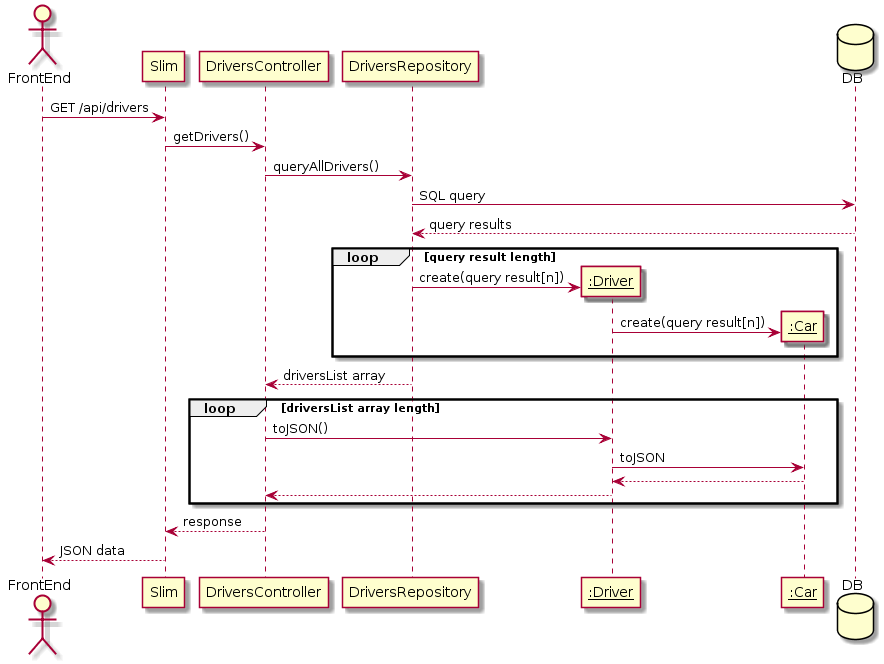
The PlantUML diagram docs/BackEnd/SequenceDiagram/GetDrivers.png in malvinkooo/taxiSystem, before a commit.
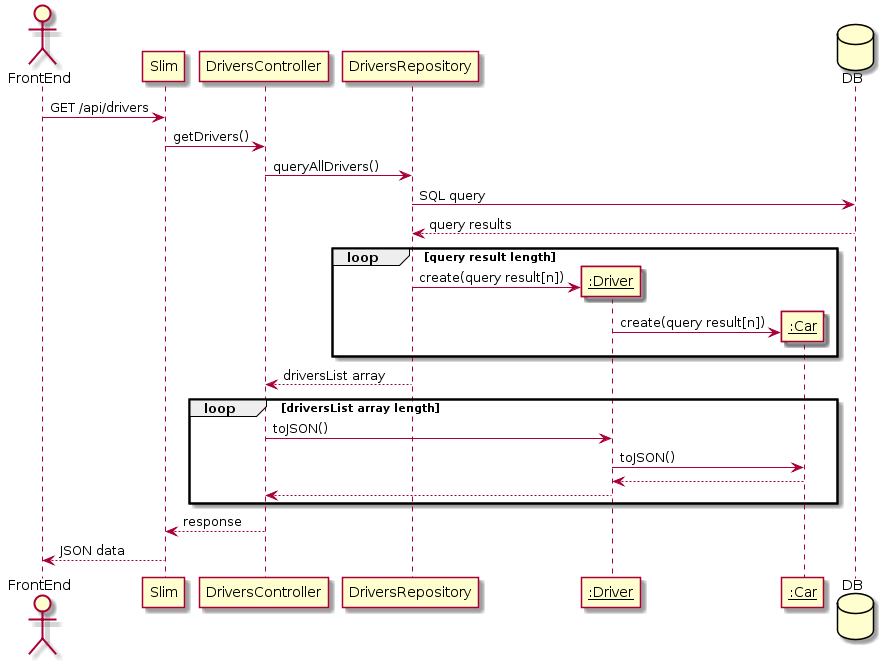
After the commit.

Diff of the diagram source:
```diff
@@ -24,7 +24,7 @@
 
 loop driversList array length
 DriversController -> Driver : toJSON()
-Driver -> Car : toJSON
+Driver -> Car : toJSON()
 Car --> Driver
 Driver --> DriversController
 end
```
